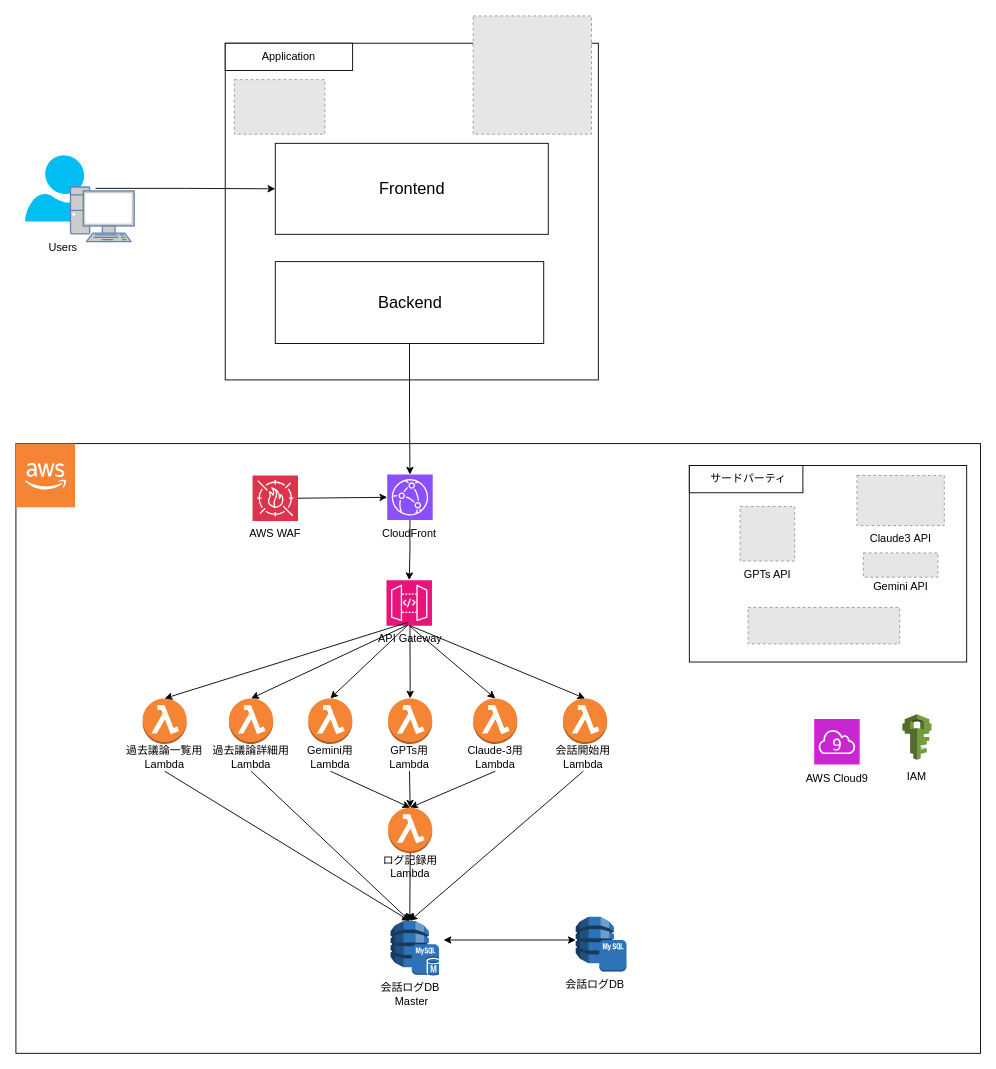
Earlier version of the draw.io diagram docs/imgs/アーキテクチャ.drawio (Sakauchi444/argut_ai). Source tidied: cells renumbered, new cells numbered last; positions are measured from the earlier drawing's top-left corner, leaving out a move shared by most shapes. Both pictures are drawn from the tidied source at 91%, with x=0, y=0 at pixel (15, 15). Pictures stored in the file or linked from it are replaced by grey dashed boxes.
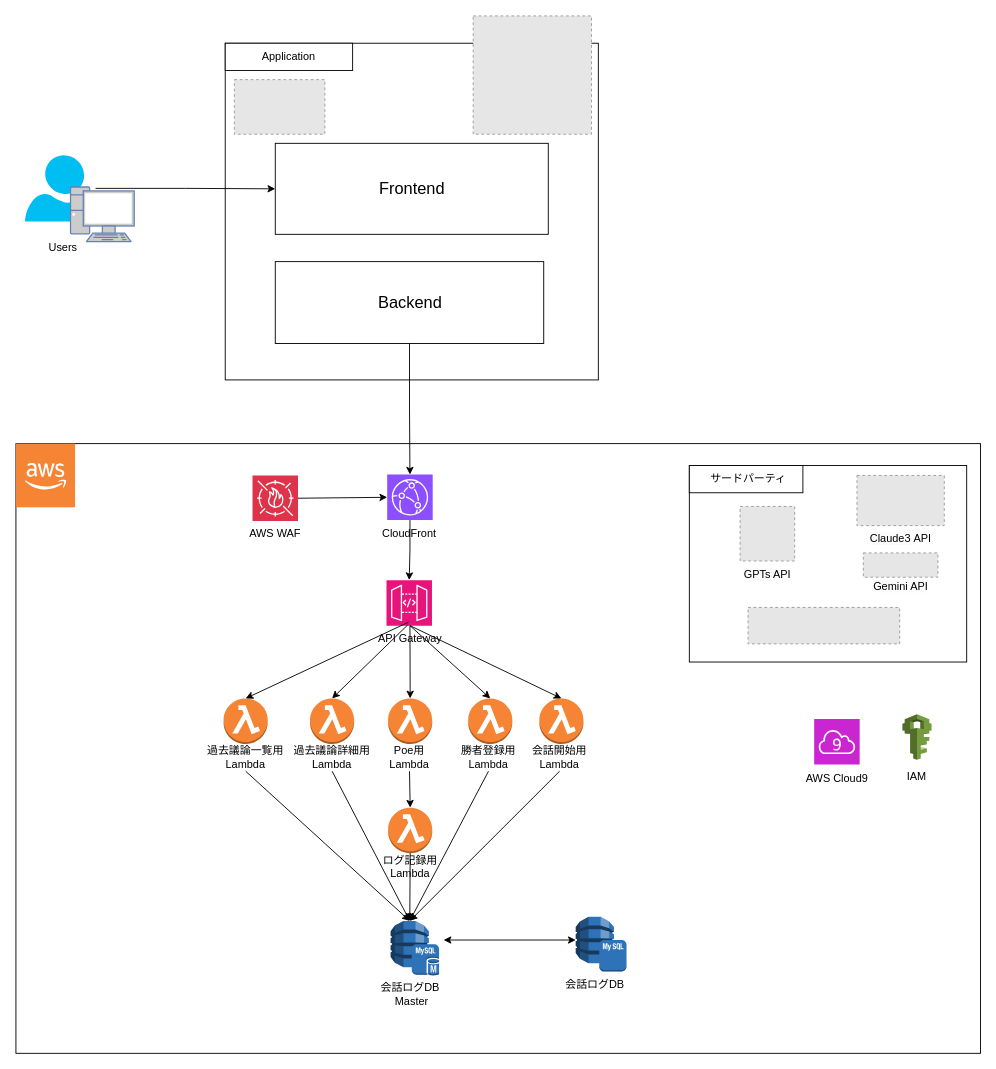
After the change.

Commit message:
アーキテクチャ.drawio を更新します

Unchanged cells that the change refers to:
```xml
<mxCell id="16" style="sketch=0;points=[[0,0,0],[0.25,0,0],[0.5,0,0],[0.75,0,0],[1,0,0],[0,1,0],[0.25,1,0],[0.5,1,0],[0.75,1,0],[1,1,0],[0,0.25,0],[0,0.5,0],[0,0.75,0],[1,0.25,0],[1,0.5,0],[1,0.75,0]];outlineConnect=0;fontColor=#232F3E;fillColor=#E7157B;strokeColor=#ffffff;dashed=0;verticalLabelPosition=bottom;verticalAlign=top;align=center;html=1;fontSize=12;fontStyle=0;shape=mxgraph.aws4.resourceIcon;resIcon=mxgraph.aws4.api_gateway;" parent="1" vertex="1">
  <mxGeometry x="407.2" y="620" width="50" height="50" as="geometry" />
</mxCell>
<mxCell id="17" style="outlineConnect=0;dashed=0;verticalLabelPosition=bottom;verticalAlign=top;align=center;html=1;shape=mxgraph.aws3.dynamo_db;fillColor=#2E73B8;gradientColor=none;" parent="1" vertex="1">
  <mxGeometry x="411.8" y="994.5" width="42" height="51" as="geometry" />
</mxCell>
<mxCell id="18" value="API Gateway" style="text;html=1;align=center;verticalAlign=middle;whiteSpace=wrap;rounded=0;" parent="1" vertex="1">
  <mxGeometry x="389.5" y="670" width="87" height="30" as="geometry" />
</mxCell>
<mxCell id="54" style="outlineConnect=0;dashed=0;verticalLabelPosition=bottom;verticalAlign=top;align=center;html=1;shape=mxgraph.aws3.lambda_function;fillColor=#F58534;gradientColor=none;" parent="1" vertex="1">
  <mxGeometry x="409" y="870" width="48.5" height="50" as="geometry" />
</mxCell>
```

What changed in the source:
```diff
@@
-    <mxCell id="15" style="outlineConnect=0;dashed=0;verticalLabelPosition=bottom;verticalAlign=top;align=center;html=1;shape=mxgraph.aws3.lambda_function;fillColor=#F58534;gradientColor=none;" parent="1" vertex="1">
-      <mxGeometry x="321.2" y="750" width="48.5" height="50" as="geometry" />
-    </mxCell>
@@
-    <mxCell id="19" value="Gemini用&lt;div&gt;L&lt;span style=&quot;background-color: initial;&quot;&gt;ambda&lt;/span&gt;&lt;/div&gt;" style="text;html=1;align=center;verticalAlign=middle;whiteSpace=wrap;rounded=0;" parent="1" vertex="1">
-      <mxGeometry x="302" y="800" width="87" height="30" as="geometry" />
-    </mxCell>
@@
-    <mxCell id="24" style="outlineConnect=0;dashed=0;verticalLabelPosition=bottom;verticalAlign=top;align=center;html=1;shape=mxgraph.aws3.lambda_function;fillColor=#F58534;gradientColor=none;" parent="1" vertex="1">
-      <mxGeometry x="502.5" y="750" width="48.5" height="50" as="geometry" />
-    </mxCell>
-    <mxCell id="25" value="&lt;div&gt;Claude-3用&lt;/div&gt;&lt;div&gt;&lt;span style=&quot;background-color: initial;&quot;&gt;Lambda&lt;/span&gt;&lt;br&gt;&lt;/div&gt;" style="text;html=1;align=center;verticalAlign=middle;whiteSpace=wrap;rounded=0;" parent="1" vertex="1">
-      <mxGeometry x="476.8" y="800" width="100" height="30" as="geometry" />
-    </mxCell>
-    <mxCell id="26" style="endArrow=classic;html=1;rounded=0;exitX=0.5;exitY=1;exitDx=0;exitDy=0;entryX=0.5;entryY=0;entryDx=0;entryDy=0;entryPerimeter=0;exitPerimeter=0;" parent="1" edge="1" source="16" target="24">
-      <mxGeometry relative="1" as="geometry" />
-    </mxCell>
@@
     <mxCell id="32" style="outlineConnect=0;dashed=0;verticalLabelPosition=bottom;verticalAlign=top;align=center;html=1;shape=mxgraph.aws3.lambda_function;fillColor=#F58534;gradientColor=none;" parent="1" vertex="1">
-      <mxGeometry x="601.2" y="750" width="48.5" height="50" as="geometry" />
+      <mxGeometry x="575.2" y="750" width="48.5" height="50" as="geometry" />
     </mxCell>
     <mxCell id="33" value="&lt;div&gt;&lt;span style=&quot;background-color: initial;&quot;&gt;会話開始用&lt;/span&gt;&lt;/div&gt;&lt;div&gt;&lt;span style=&quot;background-color: initial;&quot;&gt;Lambda&lt;/span&gt;&lt;br&gt;&lt;/div&gt;" style="text;html=1;align=center;verticalAlign=middle;whiteSpace=wrap;rounded=0;" parent="1" vertex="1">
-      <mxGeometry x="580" y="800" width="87" height="30" as="geometry" />
+      <mxGeometry x="554" y="800" width="87" height="30" as="geometry" />
     </mxCell>
-    <mxCell id="34" style="endArrow=classic;html=1;rounded=0;exitX=0.5;exitY=1;exitDx=0;exitDy=0;entryX=0.5;entryY=0;entryDx=0;entryDy=0;entryPerimeter=0;" parent="1" edge="1" source="25" target="54">
-      <mxGeometry relative="1" as="geometry" />
-    </mxCell>
@@
-    <mxCell id="51" value="GPTs用&lt;br&gt;Lambda" style="text;html=1;align=center;verticalAlign=middle;whiteSpace=wrap;rounded=0;" parent="1" vertex="1">
+    <mxCell id="51" value="Poe用&lt;br&gt;Lambda" style="text;html=1;align=center;verticalAlign=middle;whiteSpace=wrap;rounded=0;" parent="1" vertex="1">
       <mxGeometry x="389" y="800" width="87" height="30" as="geometry" />
     </mxCell>
@@
-    <mxCell id="53" style="endArrow=classic;html=1;rounded=0;entryX=0.5;entryY=0;entryDx=0;entryDy=0;entryPerimeter=0;" parent="1" edge="1" target="15">
-      <mxGeometry relative="1" as="geometry">
-        <mxPoint x="430" y="670" as="sourcePoint" />
-      </mxGeometry>
-    </mxCell>
@@
-    <mxCell id="58" style="endArrow=classic;html=1;rounded=0;exitX=0.5;exitY=1;exitDx=0;exitDy=0;entryX=0.5;entryY=0;entryDx=0;entryDy=0;entryPerimeter=0;" parent="1" edge="1" source="19" target="54">
-      <mxGeometry relative="1" as="geometry" />
-    </mxCell>
@@
     <mxCell id="64" style="outlineConnect=0;dashed=0;verticalLabelPosition=bottom;verticalAlign=top;align=center;html=1;shape=mxgraph.aws3.lambda_function;fillColor=#F58534;gradientColor=none;" parent="1" vertex="1">
-      <mxGeometry x="234.2" y="750" width="48.5" height="50" as="geometry" />
+      <mxGeometry x="323.2" y="750" width="48.5" height="50" as="geometry" />
     </mxCell>
     <mxCell id="65" value="&lt;div&gt;&lt;span style=&quot;background-color: initial;&quot;&gt;過去議論詳細用&lt;/span&gt;&lt;/div&gt;&lt;div&gt;&lt;span style=&quot;background-color: initial;&quot;&gt;Lambda&lt;/span&gt;&lt;br&gt;&lt;/div&gt;" style="text;html=1;align=center;verticalAlign=middle;whiteSpace=wrap;rounded=0;" parent="1" vertex="1">
-      <mxGeometry x="215" y="800" width="87" height="30" as="geometry" />
+      <mxGeometry x="304" y="800" width="87" height="30" as="geometry" />
     </mxCell>
     <mxCell id="66" style="outlineConnect=0;dashed=0;verticalLabelPosition=bottom;verticalAlign=top;align=center;html=1;shape=mxgraph.aws3.lambda_function;fillColor=#F58534;gradientColor=none;" parent="1" vertex="1">
-      <mxGeometry x="139.2" y="750" width="48.5" height="50" as="geometry" />
+      <mxGeometry x="228.2" y="750" width="48.5" height="50" as="geometry" />
     </mxCell>
     <mxCell id="67" value="&lt;div&gt;&lt;span style=&quot;background-color: initial;&quot;&gt;過去議論一覧用&lt;/span&gt;&lt;/div&gt;&lt;div&gt;&lt;span style=&quot;background-color: initial;&quot;&gt;Lambda&lt;/span&gt;&lt;br&gt;&lt;/div&gt;" style="text;html=1;align=center;verticalAlign=middle;whiteSpace=wrap;rounded=0;" parent="1" vertex="1">
-      <mxGeometry x="120" y="800" width="87" height="30" as="geometry" />
+      <mxGeometry x="209" y="800" width="87" height="30" as="geometry" />
     </mxCell>
@@
+    <mxCell id="73" style="outlineConnect=0;dashed=0;verticalLabelPosition=bottom;verticalAlign=top;align=center;html=1;shape=mxgraph.aws3.lambda_function;fillColor=#F58534;gradientColor=none;" parent="1" vertex="1">
+      <mxGeometry x="497" y="750" width="48.5" height="50" as="geometry" />
+    </mxCell>
+    <mxCell id="74" value="&lt;div&gt;&lt;span style=&quot;background-color: initial;&quot;&gt;勝者登録用&lt;/span&gt;&lt;/div&gt;&lt;div&gt;&lt;span style=&quot;background-color: initial;&quot;&gt;Lambda&lt;/span&gt;&lt;br&gt;&lt;/div&gt;" style="text;html=1;align=center;verticalAlign=middle;whiteSpace=wrap;rounded=0;" parent="1" vertex="1">
+      <mxGeometry x="475.8" y="800" width="87" height="30" as="geometry" />
+    </mxCell>
+    <mxCell id="75" style="endArrow=classic;html=1;rounded=0;exitX=0.5;exitY=0;exitDx=0;exitDy=0;entryX=0.5;entryY=0;entryDx=0;entryDy=0;entryPerimeter=0;" parent="1" edge="1" source="18" target="73">
+      <mxGeometry relative="1" as="geometry" />
+    </mxCell>
+    <mxCell id="76" style="endArrow=classic;html=1;rounded=0;exitX=0.5;exitY=1;exitDx=0;exitDy=0;entryX=0.5;entryY=0;entryDx=0;entryDy=0;entryPerimeter=0;" parent="1" edge="1" source="74" target="17">
+      <mxGeometry relative="1" as="geometry" />
+    </mxCell>
```
